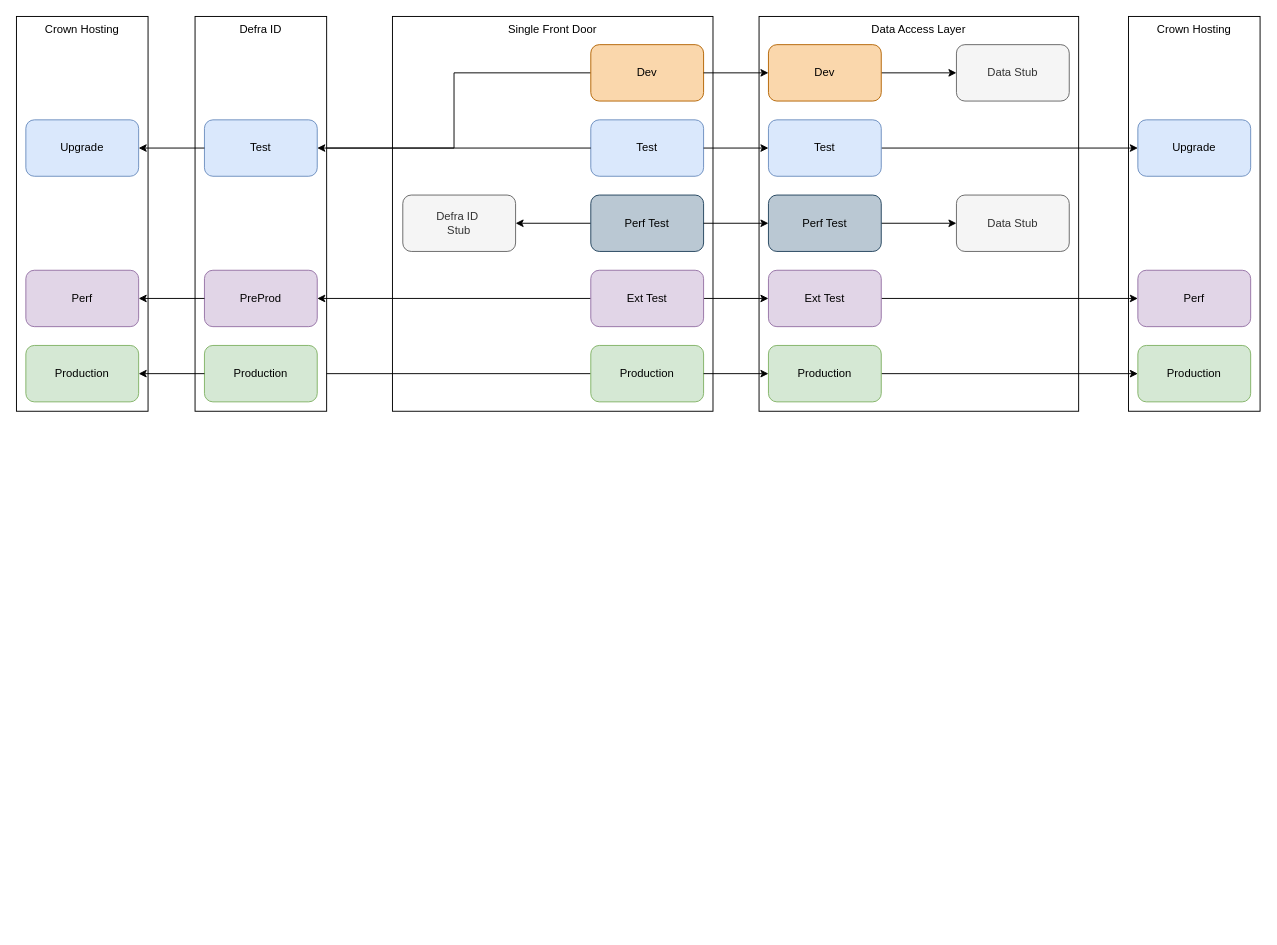
Above: SFD/Environments.drawio in DEFRA/ffc-diagrams (draw.io), before the change. Source tidied: cells renumbered, new cells numbered last; positions are measured from the earlier drawing's top-left corner, leaving out a move shared by most shapes. Both pictures are drawn from the tidied source at 94%, with x=0, y=0 at pixel (16, 16).
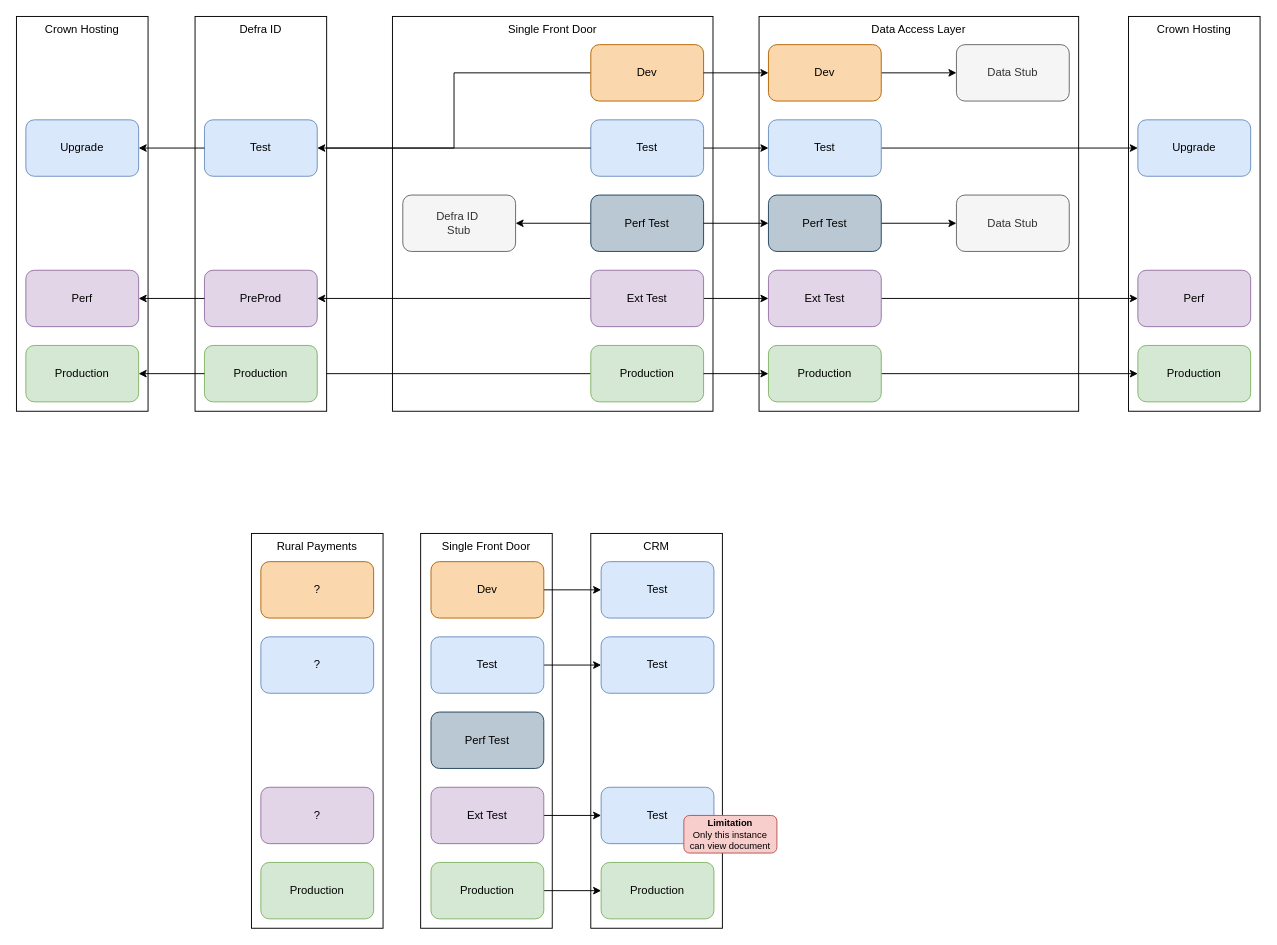
Above is the later version.

What changed in the source:
```diff
@@
+    <mxCell id="47" value="CRM" style="rounded=0;whiteSpace=wrap;html=1;verticalAlign=top;" parent="1" vertex="1">
+      <mxGeometry x="611" y="550" width="140" height="420" as="geometry" />
+    </mxCell>
+    <mxCell id="48" value="Test" style="rounded=1;whiteSpace=wrap;html=1;fillColor=#dae8fc;strokeColor=#6c8ebf;" parent="1" vertex="1">
+      <mxGeometry x="622" y="580" width="120" height="60" as="geometry" />
+    </mxCell>
+    <mxCell id="49" value="Test" style="rounded=1;whiteSpace=wrap;html=1;fillColor=#dae8fc;strokeColor=#6c8ebf;" parent="1" vertex="1">
+      <mxGeometry x="622" y="660" width="120" height="60" as="geometry" />
+    </mxCell>
+    <mxCell id="50" value="Production" style="rounded=1;whiteSpace=wrap;html=1;fillColor=#d5e8d4;strokeColor=#82b366;" parent="1" vertex="1">
+      <mxGeometry x="622" y="900" width="120" height="60" as="geometry" />
+    </mxCell>
+    <mxCell id="51" value="Test" style="rounded=1;whiteSpace=wrap;html=1;fillColor=#dae8fc;strokeColor=#6c8ebf;" parent="1" vertex="1">
+      <mxGeometry x="622" y="820" width="120" height="60" as="geometry" />
+    </mxCell>
+    <mxCell id="52" value="&lt;b&gt;Limitation&lt;/b&gt;&lt;div&gt;Only this instance can view document&lt;/div&gt;" style="rounded=1;whiteSpace=wrap;html=1;fillColor=#f8cecc;strokeColor=#b85450;fontSize=10;" parent="1" vertex="1">
+      <mxGeometry x="710" y="850" width="99" height="40" as="geometry" />
+    </mxCell>
@@
+    <mxCell id="53" value="Single Front Door" style="rounded=0;whiteSpace=wrap;html=1;verticalAlign=top;" parent="1" vertex="1">
+      <mxGeometry x="430" y="550" width="140" height="420" as="geometry" />
+    </mxCell>
+    <mxCell id="54" style="edgeStyle=orthogonalEdgeStyle;rounded=0;jettySize=auto;html=1;entryX=0;entryY=0.5;entryDx=0;entryDy=0;" parent="1" edge="1" source="55" target="48">
+      <mxGeometry relative="1" as="geometry" />
+    </mxCell>
+    <mxCell id="55" value="Dev" style="rounded=1;whiteSpace=wrap;html=1;fillColor=#fad7ac;strokeColor=#b46504;" parent="1" vertex="1">
+      <mxGeometry x="441" y="580" width="120" height="60" as="geometry" />
+    </mxCell>
+    <mxCell id="56" style="edgeStyle=orthogonalEdgeStyle;rounded=0;jettySize=auto;html=1;" parent="1" edge="1" source="57" target="49">
+      <mxGeometry relative="1" as="geometry" />
+    </mxCell>
+    <mxCell id="57" value="Test" style="rounded=1;whiteSpace=wrap;html=1;fillColor=#dae8fc;strokeColor=#6c8ebf;" parent="1" vertex="1">
+      <mxGeometry x="441" y="660" width="120" height="60" as="geometry" />
+    </mxCell>
+    <mxCell id="58" value="Perf Test" style="rounded=1;whiteSpace=wrap;html=1;fillColor=#bac8d3;strokeColor=#23445d;" parent="1" vertex="1">
+      <mxGeometry x="441" y="740" width="120" height="60" as="geometry" />
+    </mxCell>
+    <mxCell id="59" style="edgeStyle=orthogonalEdgeStyle;rounded=0;jettySize=auto;html=1;" parent="1" edge="1" source="60" target="50">
+      <mxGeometry relative="1" as="geometry" />
+    </mxCell>
+    <mxCell id="60" value="Production" style="rounded=1;whiteSpace=wrap;html=1;fillColor=#d5e8d4;strokeColor=#82b366;" parent="1" vertex="1">
+      <mxGeometry x="441" y="900" width="120" height="60" as="geometry" />
+    </mxCell>
+    <mxCell id="61" style="edgeStyle=orthogonalEdgeStyle;rounded=0;jettySize=auto;html=1;" parent="1" edge="1" source="62" target="51">
+      <mxGeometry relative="1" as="geometry" />
+    </mxCell>
+    <mxCell id="62" value="Ext Test" style="rounded=1;whiteSpace=wrap;html=1;fillColor=#e1d5e7;strokeColor=#9673a6;" parent="1" vertex="1">
+      <mxGeometry x="441" y="820" width="120" height="60" as="geometry" />
+    </mxCell>
+    <mxCell id="63" value="Rural Payments" style="rounded=0;whiteSpace=wrap;html=1;verticalAlign=top;" parent="1" vertex="1">
+      <mxGeometry x="250" y="550" width="140" height="420" as="geometry" />
+    </mxCell>
+    <mxCell id="64" value="?" style="rounded=1;whiteSpace=wrap;html=1;fillColor=#fad7ac;strokeColor=#b46504;" parent="1" vertex="1">
+      <mxGeometry x="260" y="580" width="120" height="60" as="geometry" />
+    </mxCell>
+    <mxCell id="65" value="?" style="rounded=1;whiteSpace=wrap;html=1;fillColor=#dae8fc;strokeColor=#6c8ebf;" parent="1" vertex="1">
+      <mxGeometry x="260" y="660" width="120" height="60" as="geometry" />
+    </mxCell>
+    <mxCell id="66" value="Production" style="rounded=1;whiteSpace=wrap;html=1;fillColor=#d5e8d4;strokeColor=#82b366;" parent="1" vertex="1">
+      <mxGeometry x="260" y="900" width="120" height="60" as="geometry" />
+    </mxCell>
+    <mxCell id="67" value="?" style="rounded=1;whiteSpace=wrap;html=1;fillColor=#e1d5e7;strokeColor=#9673a6;" parent="1" vertex="1">
+      <mxGeometry x="260" y="820" width="120" height="60" as="geometry" />
+    </mxCell>
```
